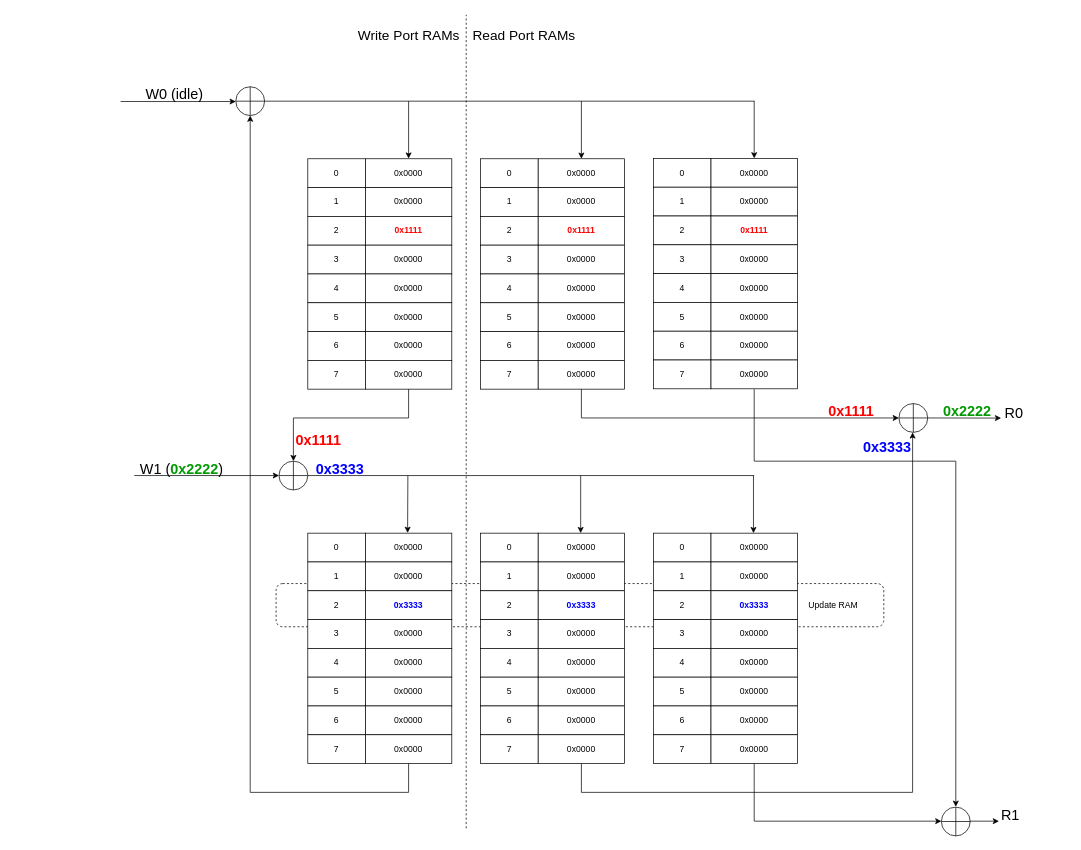
Above: page "2_read_ports" (6 of 10) of assets/multiport_memories/xor_memory.drawio in tomverbeure/tomverbeure.github.io (draw.io), before the change. Source tidied: cells renumbered, new cells numbered last; positions are measured from the earlier drawing's top-left corner, leaving out a move shared by most shapes. Both pictures are drawn from the tidied source at 72%, with x=0, y=0 at pixel (120, 14).
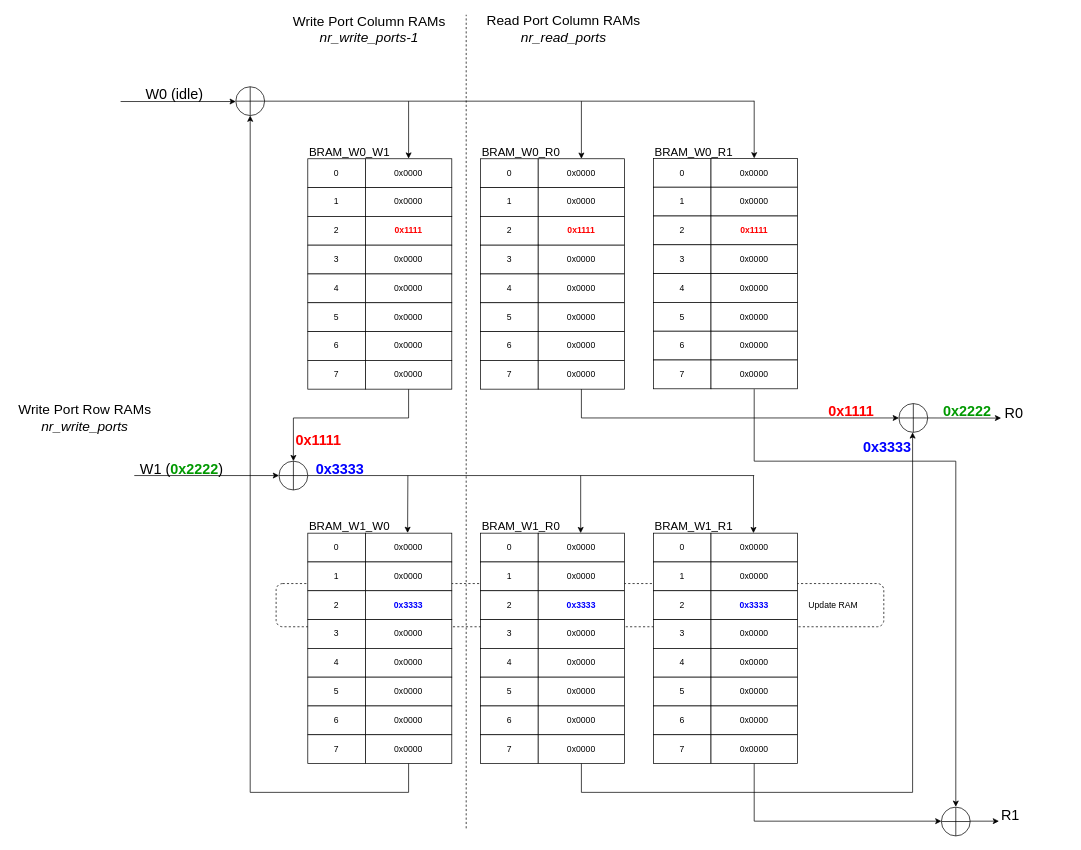
The same page after the edit.

Commit message (it also covers changes not shown here):
XOR-based multi-port RAMs.

Change to the diagram source:
```diff
@@
-    <mxCell id="154" style="group;" parent="1" vertex="1">
-      <mxGeometry x="320" width="320" height="1130" as="geometry" />
-    </mxCell>
-    <mxCell id="155" style="endArrow=none;dashed=1;html=1;" parent="154" edge="1">
-      <mxGeometry relative="1" as="geometry">
-        <mxPoint x="160" y="1130" as="sourcePoint" />
-        <mxPoint x="160" as="targetPoint" />
-      </mxGeometry>
-    </mxCell>
-    <mxCell id="156" value="&lt;font style=&quot;font-size: 19px&quot;&gt;Write Port RAMs&lt;/font&gt;" style="text;html=1;align=center;verticalAlign=middle;fillColor=none;strokeColor=none;rounded=0;" parent="154" vertex="1">
-      <mxGeometry y="20" width="160" height="20" as="geometry" />
-    </mxCell>
-    <mxCell id="157" value="&lt;font style=&quot;font-size: 19px&quot;&gt;Read Port RAMs&lt;/font&gt;" style="text;html=1;align=center;verticalAlign=middle;fillColor=none;strokeColor=none;rounded=0;" parent="154" vertex="1">
-      <mxGeometry x="160" y="20" width="160" height="20" as="geometry" />
-    </mxCell>
+    <mxCell id="158" style="group;" parent="1" vertex="1">
+      <mxGeometry x="-150" width="880" height="1130" as="geometry" />
+    </mxCell>
+    <mxCell id="159" style="endArrow=none;dashed=1;html=1;" parent="158" edge="1">
+      <mxGeometry relative="1" as="geometry">
+        <mxPoint x="630" y="1130" as="sourcePoint" />
+        <mxPoint x="630" as="targetPoint" />
+      </mxGeometry>
+    </mxCell>
+    <mxCell id="160" value="&lt;font style=&quot;font-size: 19px&quot;&gt;Write Port Column RAMs&lt;br&gt;&lt;i&gt;nr_write_ports-1&lt;/i&gt;&lt;br&gt;&lt;/font&gt;" style="text;html=1;align=center;verticalAlign=middle;fillColor=none;strokeColor=none;rounded=0;" parent="158" vertex="1">
+      <mxGeometry x="380" y="1" width="230" height="40" as="geometry" />
+    </mxCell>
+    <mxCell id="161" value="&lt;font style=&quot;font-size: 19px&quot;&gt;Read Port Column RAMs&lt;br&gt;&lt;i&gt;nr_read_ports&lt;/i&gt;&lt;br&gt;&lt;/font&gt;" style="text;html=1;align=center;verticalAlign=middle;fillColor=none;strokeColor=none;rounded=0;" parent="158" vertex="1">
+      <mxGeometry x="650" width="230" height="40" as="geometry" />
+    </mxCell>
+    <mxCell id="162" value="&lt;font style=&quot;font-size: 19px&quot;&gt;Write Port Row RAMs&lt;br&gt;&lt;i&gt;nr_write_ports&lt;/i&gt;&lt;br&gt;&lt;/font&gt;" style="text;html=1;align=center;verticalAlign=middle;fillColor=none;strokeColor=none;rounded=0;" parent="158" vertex="1">
+      <mxGeometry y="540" width="200" height="40" as="geometry" />
+    </mxCell>
+    <mxCell id="163" value="&lt;font style=&quot;font-size: 16px&quot;&gt;BRAM_W0_W1&lt;/font&gt;" style="text;html=1;strokeColor=none;fillColor=none;align=left;verticalAlign=middle;whiteSpace=wrap;rounded=0;" parent="1" vertex="1">
+      <mxGeometry x="260" y="180" width="160" height="20" as="geometry" />
+    </mxCell>
+    <mxCell id="164" value="&lt;font style=&quot;font-size: 16px&quot;&gt;BRAM_W0_R0&lt;/font&gt;" style="text;html=1;strokeColor=none;fillColor=none;align=left;verticalAlign=middle;whiteSpace=wrap;rounded=0;" parent="1" vertex="1">
+      <mxGeometry x="500" y="180" width="160" height="20" as="geometry" />
+    </mxCell>
+    <mxCell id="165" value="&lt;font style=&quot;font-size: 16px&quot;&gt;BRAM_W1_W0&lt;br&gt;&lt;/font&gt;" style="text;html=1;strokeColor=none;fillColor=none;align=left;verticalAlign=middle;whiteSpace=wrap;rounded=0;" parent="1" vertex="1">
+      <mxGeometry x="260" y="700" width="160" height="20" as="geometry" />
+    </mxCell>
+    <mxCell id="166" value="&lt;font style=&quot;font-size: 16px&quot;&gt;BRAM_W1_R0&lt;/font&gt;" style="text;html=1;strokeColor=none;fillColor=none;align=left;verticalAlign=middle;whiteSpace=wrap;rounded=0;" parent="1" vertex="1">
+      <mxGeometry x="500" y="700" width="160" height="20" as="geometry" />
+    </mxCell>
+    <mxCell id="167" value="&lt;font style=&quot;font-size: 16px&quot;&gt;BRAM_W0_R1&lt;/font&gt;" style="text;html=1;strokeColor=none;fillColor=none;align=left;verticalAlign=middle;whiteSpace=wrap;rounded=0;" parent="1" vertex="1">
+      <mxGeometry x="740" y="180" width="160" height="20" as="geometry" />
+    </mxCell>
+    <mxCell id="168" value="&lt;font style=&quot;font-size: 16px&quot;&gt;BRAM_W1_R1&lt;/font&gt;" style="text;html=1;strokeColor=none;fillColor=none;align=left;verticalAlign=middle;whiteSpace=wrap;rounded=0;" parent="1" vertex="1">
+      <mxGeometry x="740" y="700" width="160" height="20" as="geometry" />
+    </mxCell>
```
